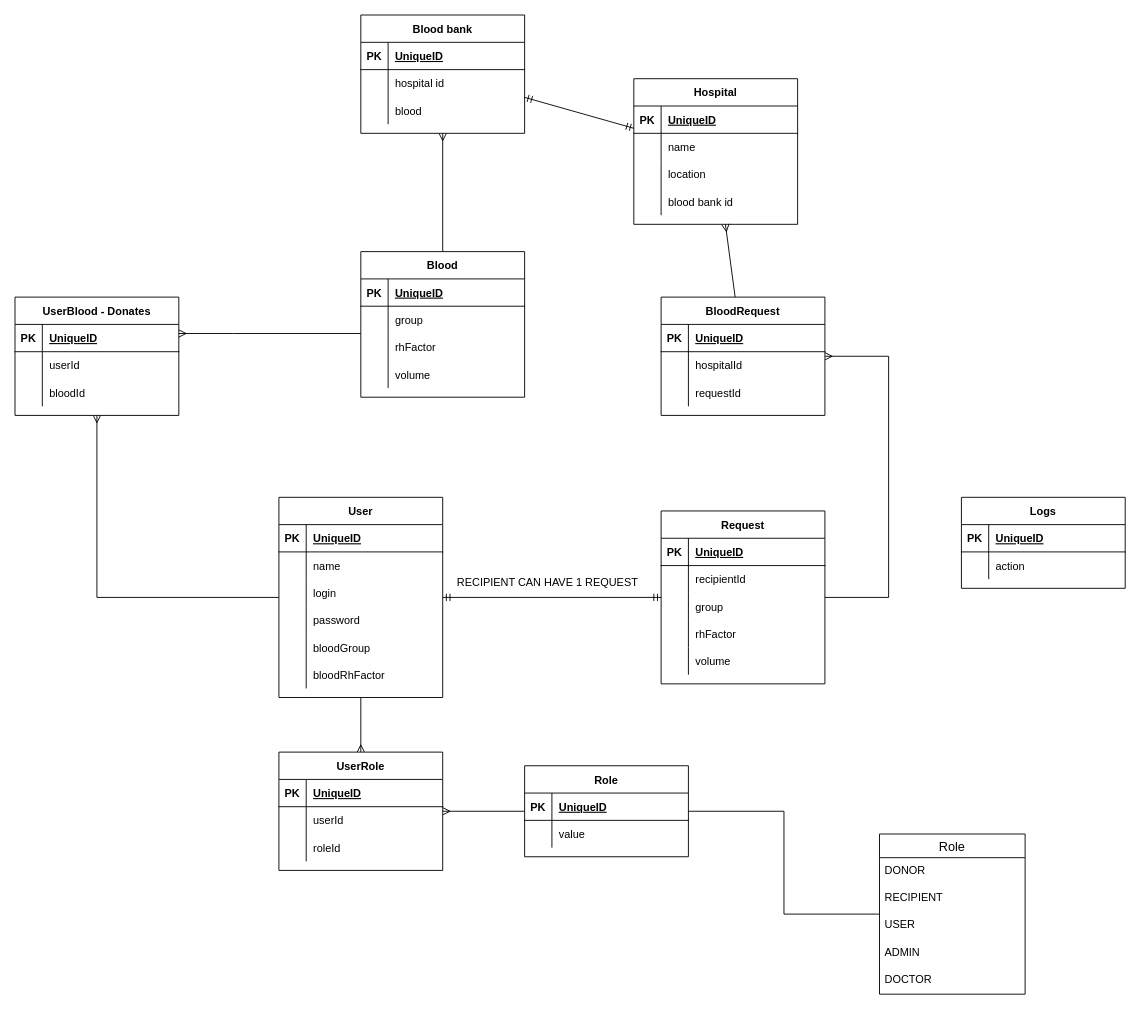
Earlier version of the draw.io diagram db-blood.drawio (Dispersioned/blood-donations-backend). Source tidied: cells renumbered, new cells numbered last; positions are measured from the earlier drawing's top-left corner, leaving out a move shared by most shapes. Both pictures are drawn from the tidied source at 91%, with x=0, y=0 at pixel (15, 15).
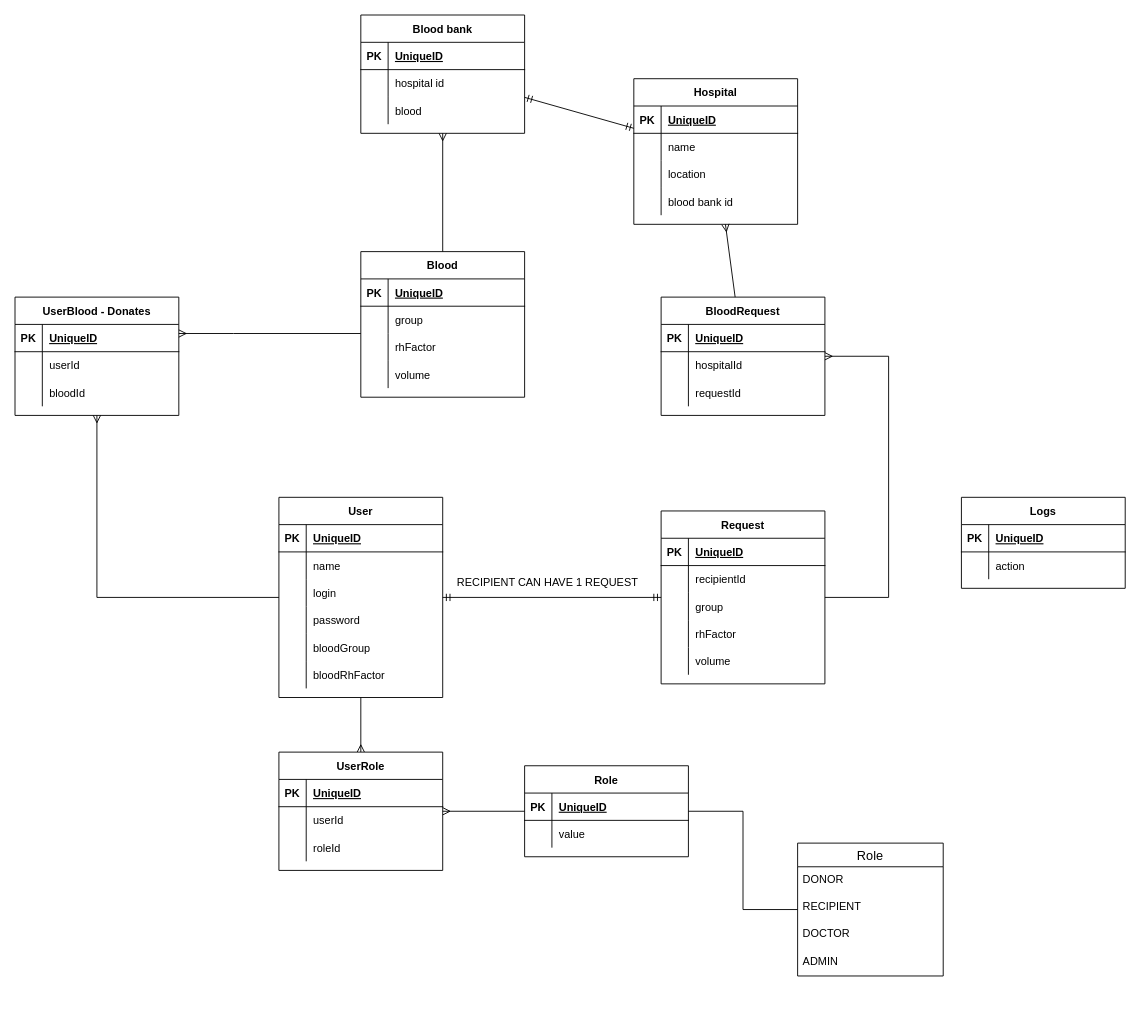
After the change.

Diff of the diagram source:
```diff
@@
     <mxCell id="31" value="Role" style="swimlane;fontStyle=0;horizontal=1;startSize=26;align=center;fontSize=14;" parent="1" vertex="1">
-      <mxGeometry x="950" y="900" width="160" height="176" as="geometry" />
+      <mxGeometry x="860" y="910" width="160" height="146" as="geometry" />
     </mxCell>
@@
-    <mxCell id="34" value="USER" style="text;strokeColor=none;fillColor=none;spacingLeft=4;spacingRight=4;overflow=hidden;fontSize=12;" parent="31" vertex="1">
-      <mxGeometry y="86" width="160" height="30" as="geometry" />
-    </mxCell>
+    <mxCell id="36" value="DOCTOR" style="text;strokeColor=none;fillColor=none;spacingLeft=4;spacingRight=4;overflow=hidden;fontSize=12;" parent="31" vertex="1">
+      <mxGeometry y="86" width="160" height="30" as="geometry" />
+    </mxCell>
@@
-    <mxCell id="36" value="DOCTOR" style="text;strokeColor=none;fillColor=none;spacingLeft=4;spacingRight=4;overflow=hidden;fontSize=12;" parent="31" vertex="1">
-      <mxGeometry y="146" width="160" height="30" as="geometry" />
-    </mxCell>
```
